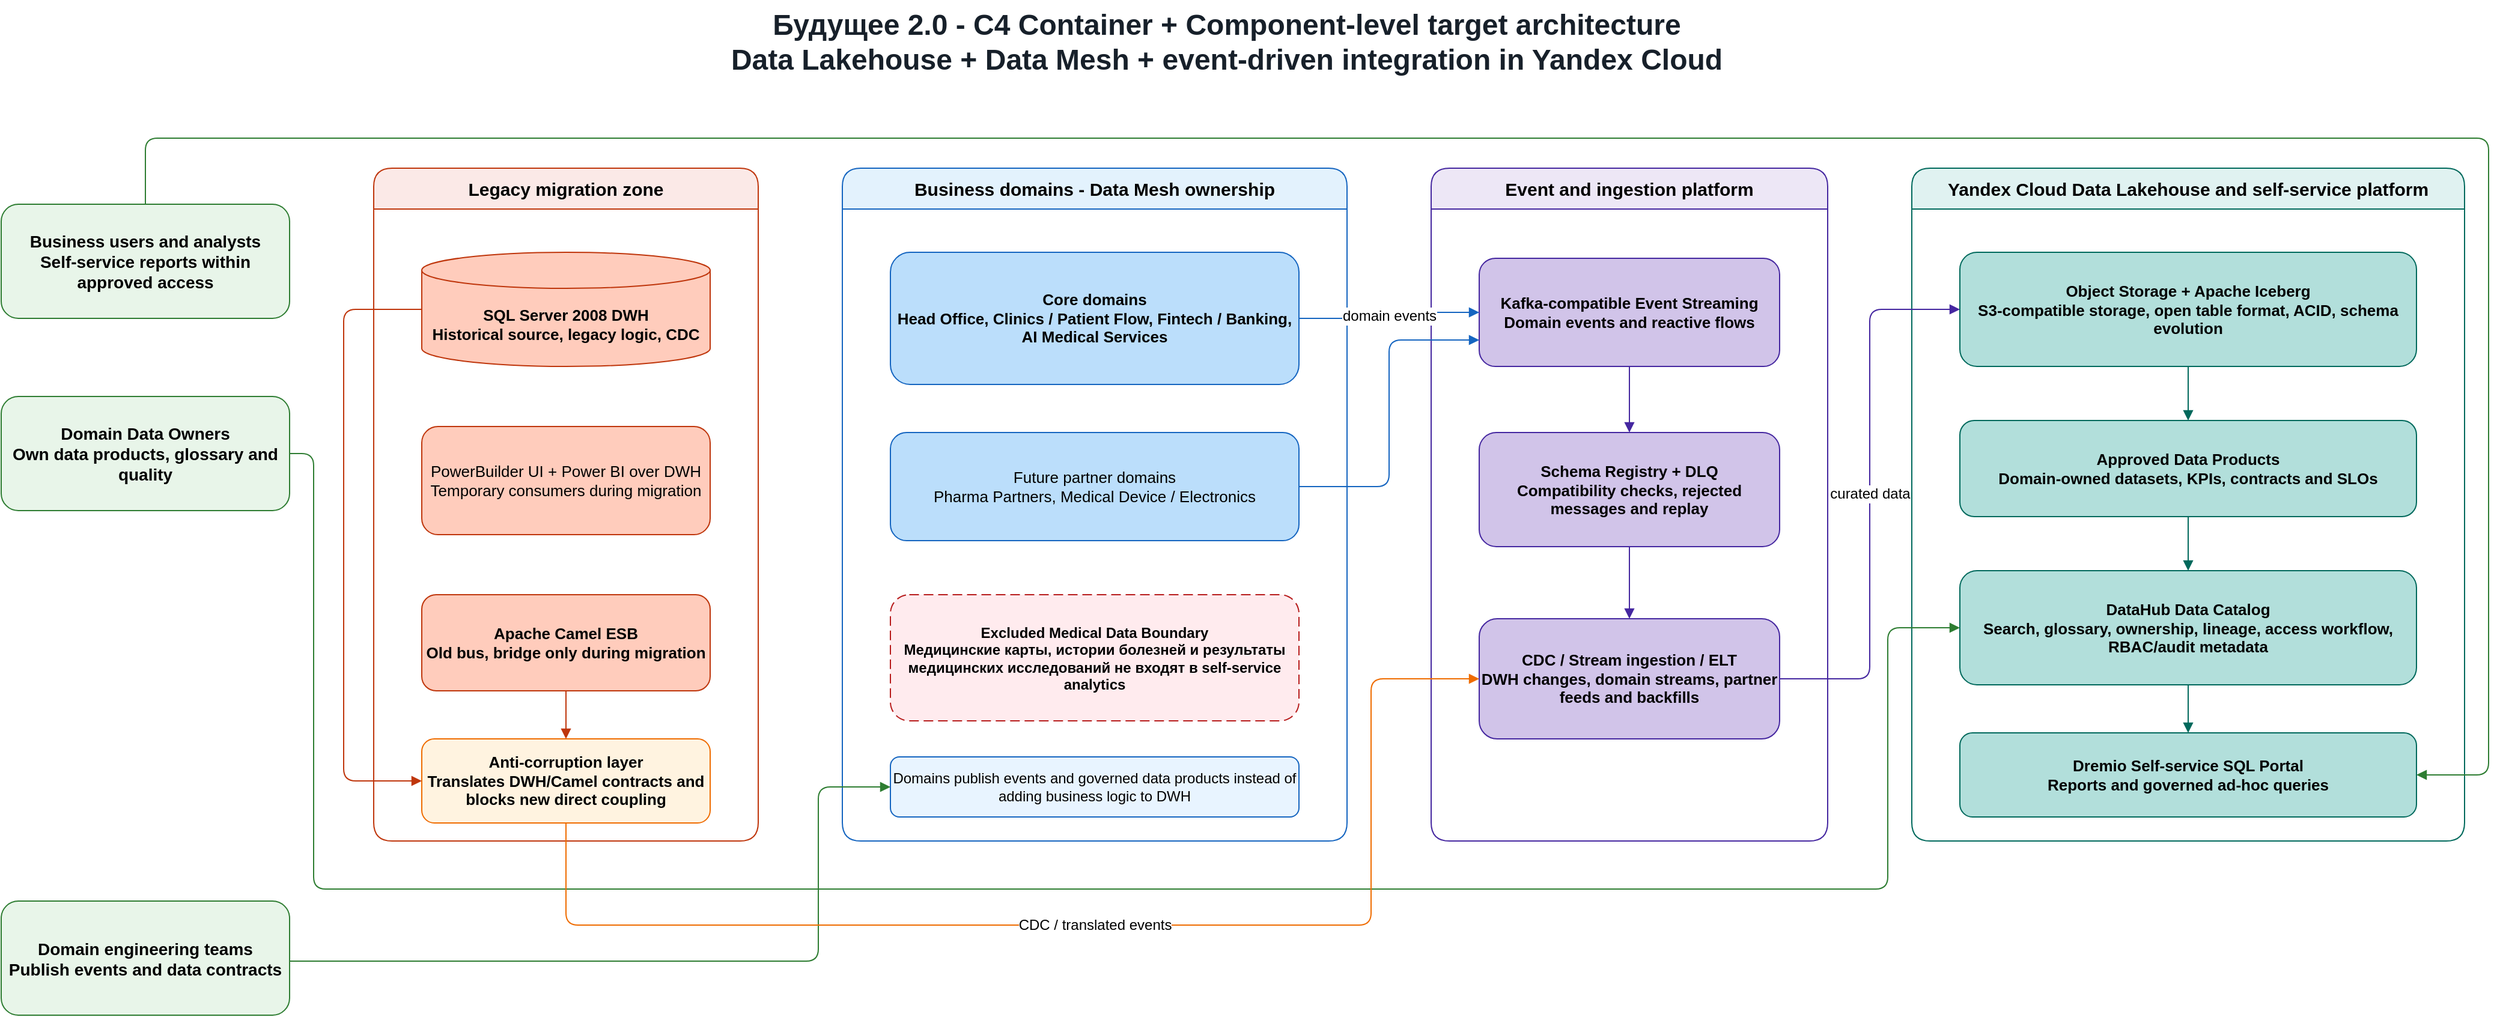
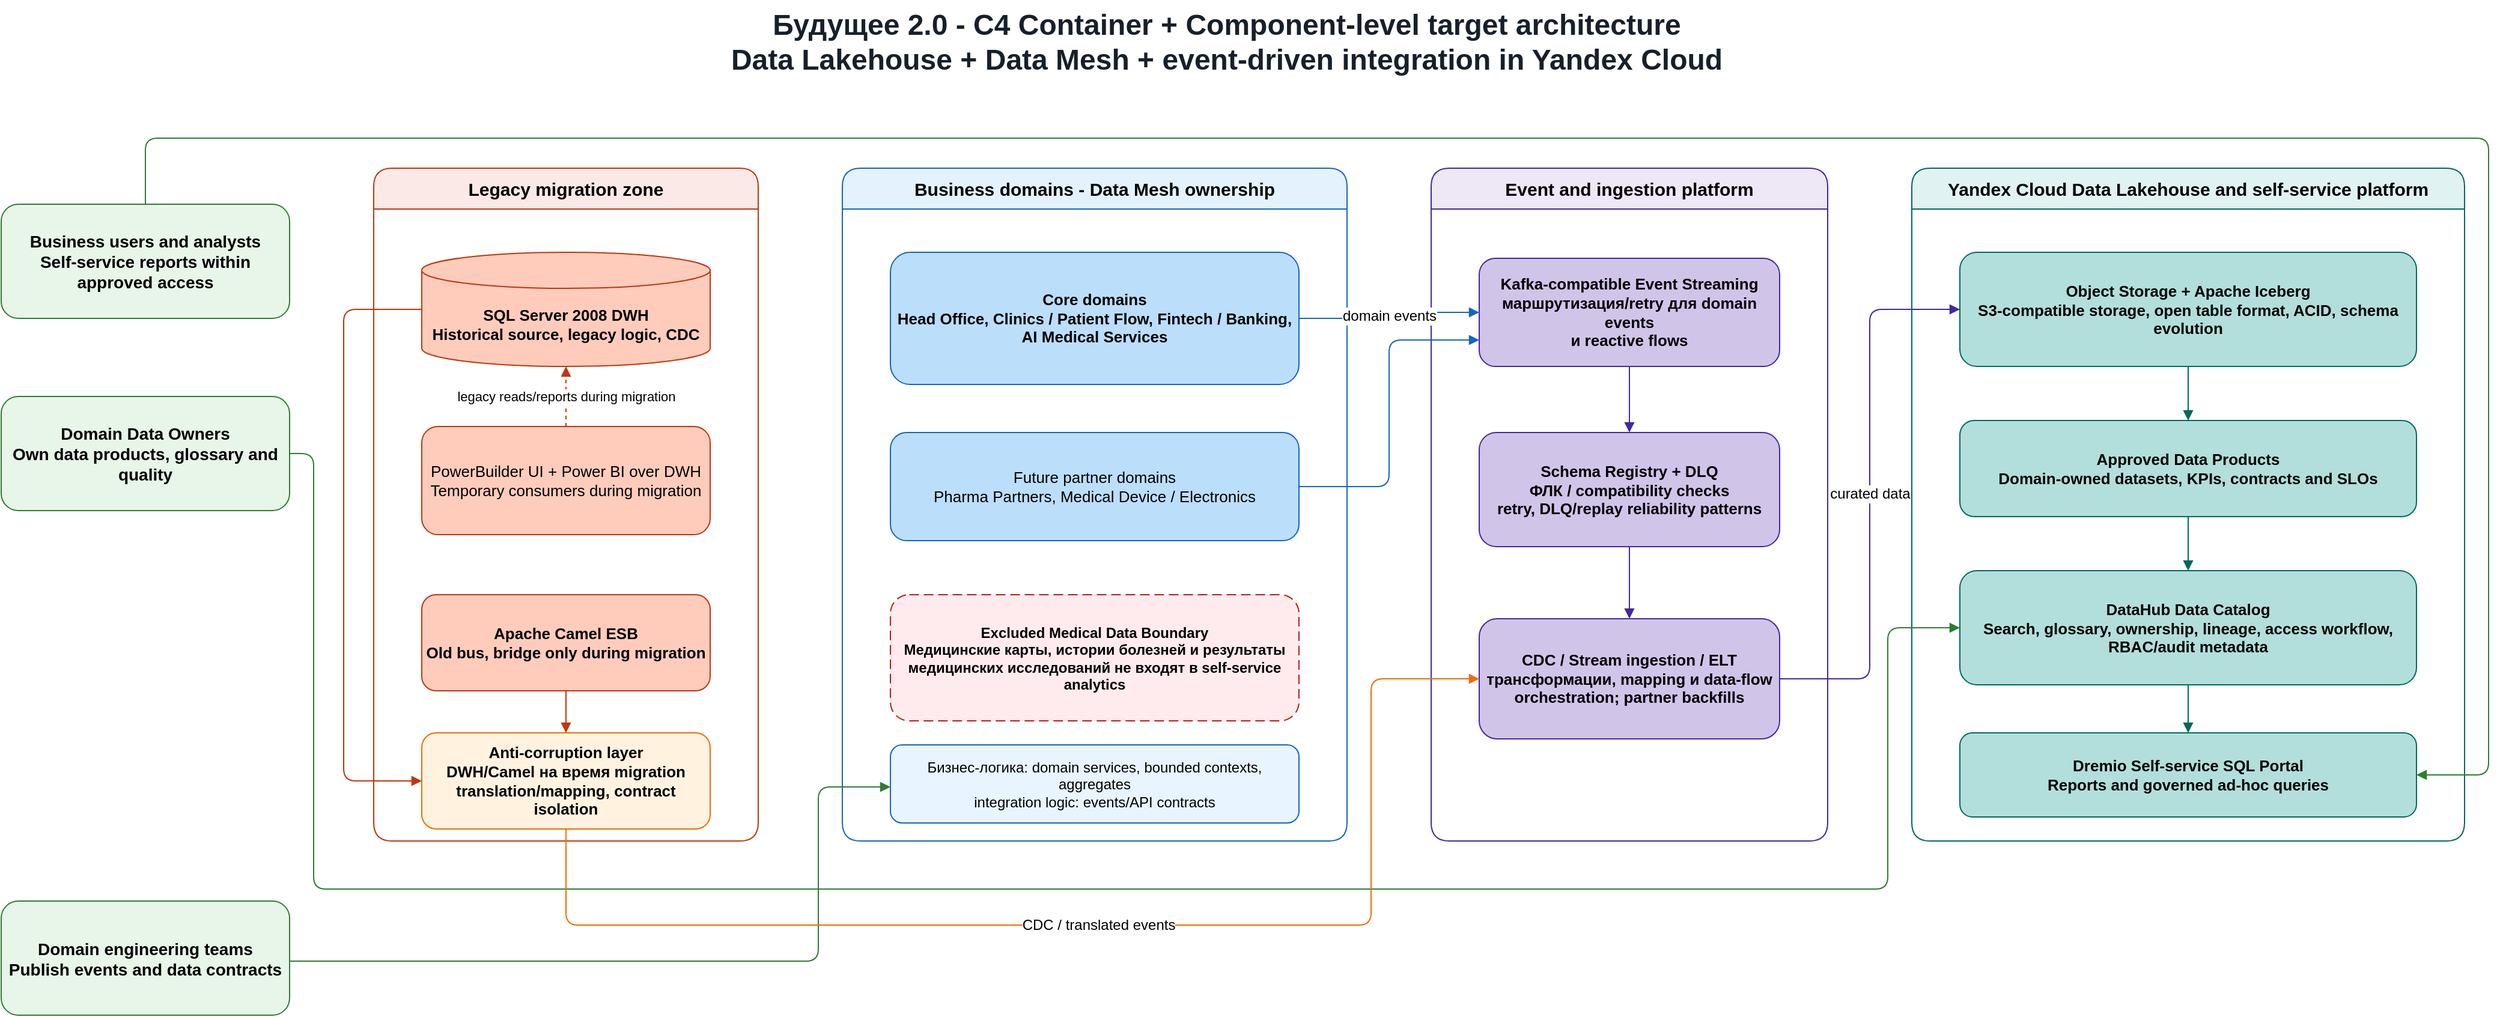
<mxfile host="app.diagrams.net">
  <diagram id="future-2-0-task3-c4" name="C4 Target Architecture">
-     <mxGraphModel dx="1868" dy="1850" grid="1" gridSize="10" guides="1" tooltips="1" connect="1" arrows="1" fold="1" page="1" pageScale="1" pageWidth="2200" pageHeight="900" math="0" shadow="0">
+     <mxGraphModel dx="1437" dy="1631" grid="1" gridSize="10" guides="1" tooltips="1" connect="1" arrows="1" fold="1" page="1" pageScale="1" pageWidth="2200" pageHeight="900" math="0" shadow="0">
      <root>
        <mxCell id="0" />
        <mxCell id="1" parent="0" />
        <mxCell id="title" parent="1" style="text;html=1;strokeColor=none;fillColor=none;align=center;verticalAlign=middle;whiteSpace=wrap;fontSize=24;fontStyle=1;fontColor=#17202a;" value="Будущее 2.0 - C4 Container + Component-level target architecture&#xa;Data Lakehouse + Data Mesh + event-driven integration in Yandex Cloud" vertex="1">
          <mxGeometry height="70" width="1320" x="430" y="-20" as="geometry" />
        </mxCell>
        <mxCell id="users" parent="1" style="rounded=1;whiteSpace=wrap;html=1;fillColor=#e8f5e9;strokeColor=#2e7d32;fontSize=14;fontStyle=1;" value="Business users and analysts&#xa;Self-service reports within approved access" vertex="1">
          <mxGeometry height="95" width="240" x="70" y="150" as="geometry" />
        </mxCell>
        <mxCell id="owners" parent="1" style="rounded=1;whiteSpace=wrap;html=1;fillColor=#e8f5e9;strokeColor=#2e7d32;fontSize=14;fontStyle=1;" value="Domain Data Owners&#xa;Own data products, glossary and quality" vertex="1">
          <mxGeometry height="95" width="240" x="70" y="310" as="geometry" />
        </mxCell>
        <mxCell id="teams" parent="1" style="rounded=1;whiteSpace=wrap;html=1;fillColor=#e8f5e9;strokeColor=#2e7d32;fontSize=14;fontStyle=1;" value="Domain engineering teams&#xa;Publish events and data contracts" vertex="1">
          <mxGeometry height="95" width="240" x="70" y="730" as="geometry" />
        </mxCell>
        <mxCell id="legacy_zone" parent="1" style="swimlane;html=1;startSize=34;rounded=1;whiteSpace=wrap;fillColor=#fbe9e7;strokeColor=#bf360c;fontSize=15;fontStyle=1;" value="Legacy migration zone" vertex="1">
          <mxGeometry height="560" width="320" x="380" y="120" as="geometry" />
        </mxCell>
        <mxCell id="dwh" parent="legacy_zone" style="shape=cylinder3;whiteSpace=wrap;html=1;boundedLbl=1;backgroundOutline=1;size=15;fillColor=#ffccbc;strokeColor=#bf360c;fontSize=13;fontStyle=1;" value="SQL Server 2008 DWH&#xa;Historical source, legacy logic, CDC" vertex="1">
          <mxGeometry height="95" width="240" x="40" y="70" as="geometry" />
        </mxCell>
        <mxCell id="legacy_clients" parent="legacy_zone" style="rounded=1;whiteSpace=wrap;html=1;fillColor=#ffccbc;strokeColor=#bf360c;fontSize=13;" value="PowerBuilder UI + Power BI over DWH&#xa;Temporary consumers during migration" vertex="1">
          <mxGeometry height="90" width="240" x="40" y="215" as="geometry" />
        </mxCell>
        <mxCell id="camel" parent="legacy_zone" style="rounded=1;whiteSpace=wrap;html=1;fillColor=#ffccbc;strokeColor=#bf360c;fontSize=13;fontStyle=1;" value="Apache Camel ESB&#xa;Old bus, bridge only during migration" vertex="1">
          <mxGeometry height="80" width="240" x="40" y="355" as="geometry" />
        </mxCell>
-         <mxCell id="acl" parent="legacy_zone" style="rounded=1;whiteSpace=wrap;html=1;fillColor=#fff3e0;strokeColor=#ef6c00;fontSize=13;fontStyle=1;" value="Anti-corruption layer&#xa;Translates DWH/Camel contracts and blocks new direct coupling" vertex="1">
-           <mxGeometry height="70" width="240" x="40" y="475" as="geometry" />
+         <mxCell id="acl" parent="legacy_zone" style="rounded=1;whiteSpace=wrap;html=1;fillColor=#fff3e0;strokeColor=#ef6c00;fontSize=13;fontStyle=1;" value="Anti-corruption layer&#xa;DWH/Camel на время migration&#xa;translation/mapping, contract isolation" vertex="1">
+           <mxGeometry height="80" width="240" x="40" y="470" as="geometry" />
+         </mxCell>
+         <mxCell id="e_legacy_clients_dwh" edge="1" parent="legacy_zone" source="legacy_clients" style="edgeStyle=orthogonalEdgeStyle;rounded=1;jettySize=auto;html=1;dashed=1;endArrow=block;endFill=1;strokeColor=#bf360c;fontSize=11;" target="dwh" value="legacy reads/reports during migration">
+           <mxGeometry relative="1" as="geometry" />
        </mxCell>
        <mxCell id="domain_zone" parent="1" style="swimlane;html=1;startSize=34;rounded=1;whiteSpace=wrap;fillColor=#e3f2fd;strokeColor=#1565c0;fontSize=15;fontStyle=1;" value="Business domains - Data Mesh ownership" vertex="1">
          <mxGeometry height="560" width="420" x="770" y="120" as="geometry" />
        </mxCell>
        <mxCell id="core_domains" parent="domain_zone" style="rounded=1;whiteSpace=wrap;html=1;fillColor=#bbdefb;strokeColor=#1565c0;fontSize=13;fontStyle=1;" value="Core domains&#xa;Head Office, Clinics / Patient Flow, Fintech / Banking, AI Medical Services" vertex="1">
          <mxGeometry height="110" width="340" x="40" y="70" as="geometry" />
        </mxCell>
        <mxCell id="future_domains" parent="domain_zone" style="rounded=1;whiteSpace=wrap;html=1;fillColor=#bbdefb;strokeColor=#1565c0;fontSize=13;" value="Future partner domains&#xa;Pharma Partners, Medical Device / Electronics" vertex="1">
          <mxGeometry height="90" width="340" x="40" y="220" as="geometry" />
        </mxCell>
        <mxCell id="medical_boundary" parent="domain_zone" style="rounded=1;whiteSpace=wrap;html=1;dashed=1;dashPattern=8 4;fillColor=#ffebee;strokeColor=#b71c1c;fontSize=12;fontStyle=1;" value="Excluded Medical Data Boundary&#xa;Медицинские карты, истории болезней и результаты медицинских исследований не входят в self-service analytics" vertex="1">
          <mxGeometry height="105" width="340" x="40" y="355" as="geometry" />
        </mxCell>
-         <mxCell id="domain_note" parent="domain_zone" style="rounded=1;whiteSpace=wrap;html=1;fillColor=#e8f4ff;strokeColor=#1565c0;fontSize=12;" value="Domains publish events and governed data products instead of adding business logic to DWH" vertex="1">
-           <mxGeometry height="50" width="340" x="40" y="490" as="geometry" />
+         <mxCell id="domain_note" parent="domain_zone" style="rounded=1;whiteSpace=wrap;html=1;fillColor=#e8f4ff;strokeColor=#1565c0;fontSize=12;" value="Бизнес-логика: domain services, bounded contexts, aggregates&#xa;integration logic: events/API contracts" vertex="1">
+           <mxGeometry height="65" width="340" x="40" y="480" as="geometry" />
        </mxCell>
        <mxCell id="event_zone" parent="1" style="swimlane;html=1;startSize=34;rounded=1;whiteSpace=wrap;fillColor=#ede7f6;strokeColor=#4527a0;fontSize=15;fontStyle=1;" value="Event and ingestion platform" vertex="1">
          <mxGeometry height="560" width="330" x="1260" y="120" as="geometry" />
        </mxCell>
-         <mxCell id="streaming" parent="event_zone" style="rounded=1;whiteSpace=wrap;html=1;fillColor=#d1c4e9;strokeColor=#4527a0;fontSize=13;fontStyle=1;" value="Kafka-compatible Event Streaming&#xa;Domain events and reactive flows" vertex="1">
+         <mxCell id="streaming" parent="event_zone" style="rounded=1;whiteSpace=wrap;html=1;fillColor=#d1c4e9;strokeColor=#4527a0;fontSize=13;fontStyle=1;" value="Kafka-compatible Event Streaming&#xa;маршрутизация/retry для domain events&#xa;и reactive flows" vertex="1">
          <mxGeometry height="90" width="250" x="40" y="75" as="geometry" />
        </mxCell>
-         <mxCell id="schema_dlq" parent="event_zone" style="rounded=1;whiteSpace=wrap;html=1;fillColor=#d1c4e9;strokeColor=#4527a0;fontSize=13;fontStyle=1;" value="Schema Registry + DLQ&#xa;Compatibility checks, rejected messages and replay" vertex="1">
+         <mxCell id="schema_dlq" parent="event_zone" style="rounded=1;whiteSpace=wrap;html=1;fillColor=#d1c4e9;strokeColor=#4527a0;fontSize=13;fontStyle=1;" value="Schema Registry + DLQ&#xa;ФЛК / compatibility checks&#xa;retry, DLQ/replay reliability patterns" vertex="1">
          <mxGeometry height="95" width="250" x="40" y="220" as="geometry" />
        </mxCell>
-         <mxCell id="ingestion" parent="event_zone" style="rounded=1;whiteSpace=wrap;html=1;fillColor=#d1c4e9;strokeColor=#4527a0;fontSize=13;fontStyle=1;" value="CDC / Stream ingestion / ELT&#xa;DWH changes, domain streams, partner feeds and backfills" vertex="1">
+         <mxCell id="ingestion" parent="event_zone" style="rounded=1;whiteSpace=wrap;html=1;fillColor=#d1c4e9;strokeColor=#4527a0;fontSize=13;fontStyle=1;" value="CDC / Stream ingestion / ELT&#xa;трансформации, mapping и data-flow&#xa;orchestration; partner backfills" vertex="1">
          <mxGeometry height="100" width="250" x="40" y="375" as="geometry" />
        </mxCell>
        <mxCell id="lakehouse_zone" parent="1" style="swimlane;html=1;startSize=34;rounded=1;whiteSpace=wrap;fillColor=#e0f2f1;strokeColor=#00695c;fontSize=15;fontStyle=1;" value="Yandex Cloud Data Lakehouse and self-service platform" vertex="1">
          <mxGeometry height="560" width="460" x="1660" y="120" as="geometry" />
        </mxCell>
        <mxCell id="lakehouse_storage" parent="lakehouse_zone" style="rounded=1;whiteSpace=wrap;html=1;fillColor=#b2dfdb;strokeColor=#00695c;fontSize=13;fontStyle=1;" value="Object Storage + Apache Iceberg&#xa;S3-compatible storage, open table format, ACID, schema evolution" vertex="1">
          <mxGeometry height="95" width="380" x="40" y="70" as="geometry" />
        </mxCell>
        <mxCell id="data_products" parent="lakehouse_zone" style="rounded=1;whiteSpace=wrap;html=1;fillColor=#b2dfdb;strokeColor=#00695c;fontSize=13;fontStyle=1;" value="Approved Data Products&#xa;Domain-owned datasets, KPIs, contracts and SLOs" vertex="1">
          <mxGeometry height="80" width="380" x="40" y="210" as="geometry" />
        </mxCell>
        <mxCell id="datahub" parent="lakehouse_zone" style="rounded=1;whiteSpace=wrap;html=1;fillColor=#b2dfdb;strokeColor=#00695c;fontSize=13;fontStyle=1;" value="DataHub Data Catalog&#xa;Search, glossary, ownership, lineage, access workflow, RBAC/audit metadata" vertex="1">
          <mxGeometry height="95" width="380" x="40" y="335" as="geometry" />
        </mxCell>
        <mxCell id="dremio" parent="lakehouse_zone" style="rounded=1;whiteSpace=wrap;html=1;fillColor=#b2dfdb;strokeColor=#00695c;fontSize=13;fontStyle=1;" value="Dremio Self-service SQL Portal&#xa;Reports and governed ad-hoc queries" vertex="1">
          <mxGeometry height="70" width="380" x="40" y="470" as="geometry" />
        </mxCell>
        <mxCell id="e_users_dremio" edge="1" parent="1" source="users" style="edgeStyle=orthogonalEdgeStyle;rounded=1;jettySize=auto;html=1;endArrow=block;strokeColor=#2e7d32;fontSize=12;entryX=1;entryY=0.5;" target="dremio" value="">
          <mxGeometry relative="1" as="geometry">
            <Array as="points">
              <mxPoint x="2140" y="95" />
              <mxPoint x="2140" y="625" />
            </Array>
          </mxGeometry>
        </mxCell>
        <mxCell id="e_owners_datahub" edge="1" parent="1" source="owners" style="edgeStyle=orthogonalEdgeStyle;rounded=1;jettySize=auto;html=1;endArrow=block;strokeColor=#2e7d32;fontSize=12;entryX=0;entryY=0.5;" target="datahub" value="">
          <mxGeometry relative="1" as="geometry">
            <Array as="points">
              <mxPoint x="330" y="358" />
              <mxPoint x="330" y="720" />
              <mxPoint x="1640" y="720" />
              <mxPoint x="1640" y="503" />
            </Array>
          </mxGeometry>
        </mxCell>
-         <mxCell id="e_teams_domains" edge="1" parent="1" source="teams" style="edgeStyle=orthogonalEdgeStyle;rounded=1;jettySize=auto;html=1;endArrow=block;strokeColor=#2e7d32;fontSize=12;entryX=0;entryY=0.5;" target="domain_note" value="">
+         <mxCell id="e_teams_domains" edge="1" parent="1" source="teams" style="edgeStyle=orthogonalEdgeStyle;rounded=1;jettySize=auto;html=1;endArrow=block;strokeColor=#2e7d32;fontSize=12;" target="domain_note" value="">
          <mxGeometry relative="1" as="geometry">
            <Array as="points">
              <mxPoint x="750" y="780" />
              <mxPoint x="750" y="635" />
            </Array>
          </mxGeometry>
        </mxCell>
        <mxCell id="e_domains_streaming" edge="1" parent="1" source="core_domains" style="edgeStyle=orthogonalEdgeStyle;rounded=1;jettySize=auto;html=1;endArrow=block;strokeColor=#1565c0;fontSize=12;entryX=0;entryY=0.5;" target="streaming" value="domain events">
          <mxGeometry relative="1" as="geometry" />
        </mxCell>
        <mxCell id="e_future_streaming" edge="1" parent="1" source="future_domains" style="edgeStyle=orthogonalEdgeStyle;rounded=1;jettySize=auto;html=1;endArrow=block;strokeColor=#1565c0;fontSize=12;entryX=0;entryY=0.75;entryDx=0;entryDy=0;" target="streaming" value="">
          <mxGeometry relative="1" as="geometry">
            <Array as="points">
              <mxPoint x="1225" y="385" />
              <mxPoint x="1225" y="263" />
              <mxPoint x="1300" y="263" />
            </Array>
          </mxGeometry>
        </mxCell>
        <mxCell id="e_stream_schema" edge="1" parent="1" source="streaming" style="edgeStyle=orthogonalEdgeStyle;rounded=1;jettySize=auto;html=1;endArrow=block;strokeColor=#4527a0;fontSize=12;" target="schema_dlq" value="">
          <mxGeometry relative="1" as="geometry" />
        </mxCell>
        <mxCell id="e_stream_ingestion" edge="1" parent="1" source="schema_dlq" style="edgeStyle=orthogonalEdgeStyle;rounded=1;jettySize=auto;html=1;endArrow=block;strokeColor=#4527a0;fontSize=12;" target="ingestion" value="">
          <mxGeometry relative="1" as="geometry" />
        </mxCell>
        <mxCell id="e_dwh_acl" edge="1" parent="1" source="dwh" style="edgeStyle=orthogonalEdgeStyle;rounded=1;jettySize=auto;html=1;endArrow=block;strokeColor=#bf360c;fontSize=12;exitX=0;exitY=0.5;entryX=0;entryY=0.5;" target="acl" value="">
          <mxGeometry relative="1" as="geometry">
            <Array as="points">
              <mxPoint x="355" y="238" />
              <mxPoint x="355" y="630" />
            </Array>
          </mxGeometry>
        </mxCell>
        <mxCell id="e_camel_acl" edge="1" parent="1" source="camel" style="edgeStyle=orthogonalEdgeStyle;rounded=1;jettySize=auto;html=1;endArrow=block;strokeColor=#bf360c;fontSize=12;" target="acl" value="">
          <mxGeometry relative="1" as="geometry" />
        </mxCell>
        <mxCell id="e_acl_ingestion" edge="1" parent="1" source="acl" style="edgeStyle=orthogonalEdgeStyle;rounded=1;jettySize=auto;html=1;endArrow=block;strokeColor=#ef6c00;fontSize=12;entryX=0;entryY=0.5;" target="ingestion" value="CDC / translated events">
          <mxGeometry relative="1" as="geometry">
            <Array as="points">
              <mxPoint x="540" y="750" />
              <mxPoint x="1210" y="750" />
              <mxPoint x="1210" y="545" />
            </Array>
          </mxGeometry>
        </mxCell>
        <mxCell id="e_ingestion_lakehouse" edge="1" parent="1" source="ingestion" style="edgeStyle=orthogonalEdgeStyle;rounded=1;jettySize=auto;html=1;endArrow=block;strokeColor=#4527a0;fontSize=12;entryX=0;entryY=0.5;" target="lakehouse_storage" value="curated data">
          <mxGeometry relative="1" as="geometry" />
        </mxCell>
        <mxCell id="e_storage_products" edge="1" parent="1" source="lakehouse_storage" style="edgeStyle=orthogonalEdgeStyle;rounded=1;jettySize=auto;html=1;endArrow=block;strokeColor=#00695c;fontSize=12;" target="data_products" value="">
          <mxGeometry relative="1" as="geometry" />
        </mxCell>
        <mxCell id="e_products_datahub" edge="1" parent="1" source="data_products" style="edgeStyle=orthogonalEdgeStyle;rounded=1;jettySize=auto;html=1;endArrow=block;strokeColor=#00695c;fontSize=12;" target="datahub" value="">
          <mxGeometry relative="1" as="geometry" />
        </mxCell>
        <mxCell id="e_products_dremio" edge="1" parent="1" source="datahub" style="edgeStyle=orthogonalEdgeStyle;rounded=1;jettySize=auto;html=1;endArrow=block;strokeColor=#00695c;fontSize=12;" target="dremio" value="">
          <mxGeometry relative="1" as="geometry" />
        </mxCell>
      </root>
    </mxGraphModel>
  </diagram>
</mxfile>
